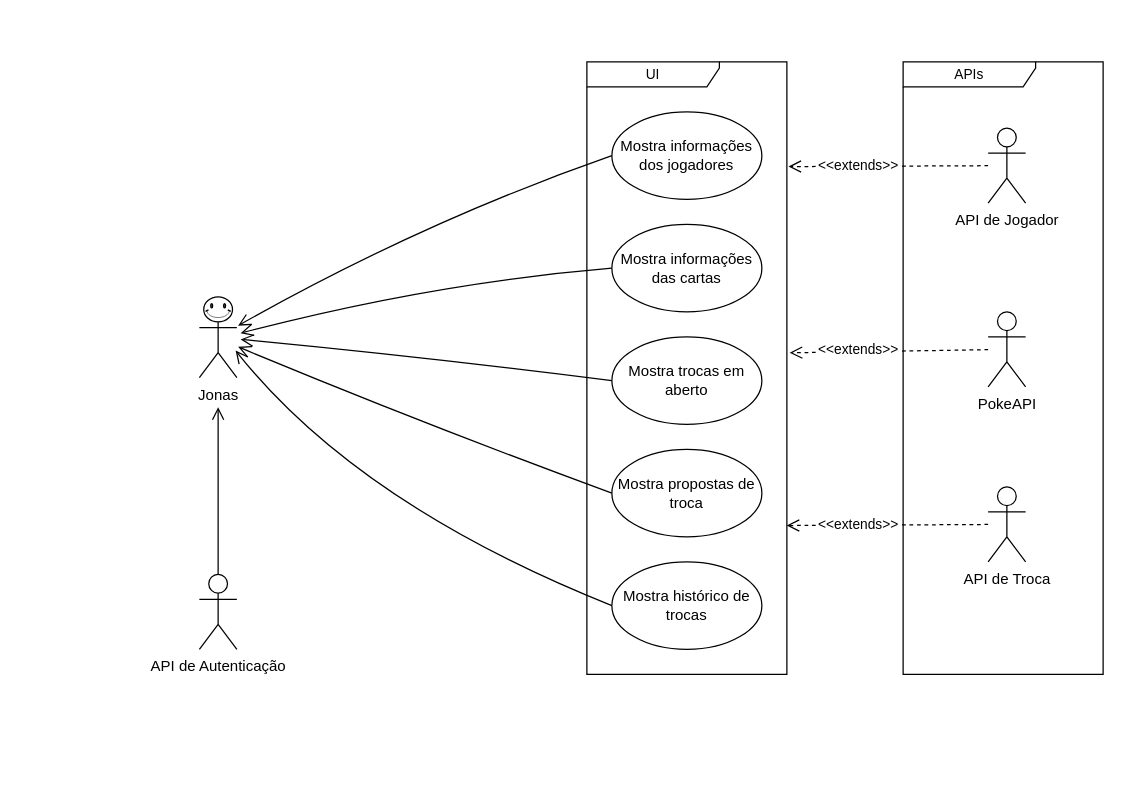
The draw.io diagram page "Diagrama de caso de uso" (1 of 2) of .docs/diagrama-painel-adm.drawio in InatelS203-2025-1/painel-admin, before the edit. Source tidied: cells renumbered, new cells numbered last; positions are measured from the earlier drawing's top-left corner, leaving out a move shared by most shapes. Both pictures are drawn from the tidied source at 125%, with x=0, y=0 at pixel (199, 61).
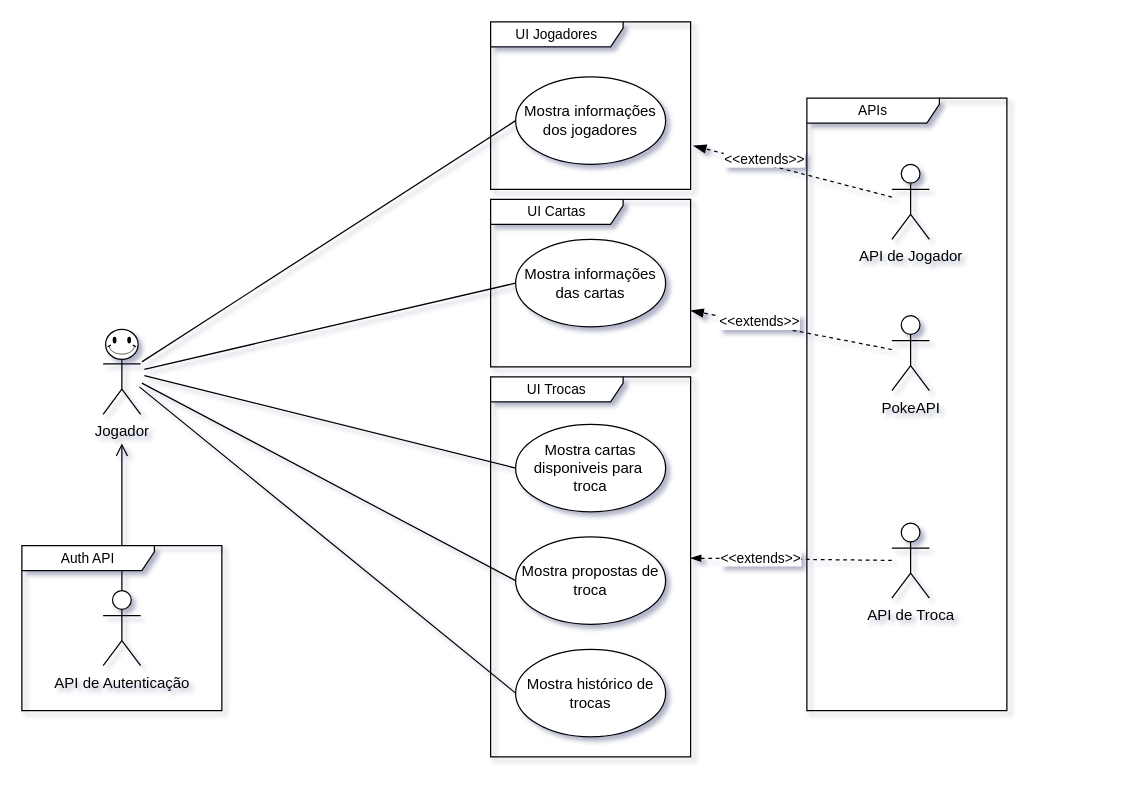
The same diagram, later.

Change to the diagram source:
```diff
@@
-<mxGraphModel>
+<mxGraphModel shadow="1">
@@
-    <mxCell id="2" style="edgeStyle=none;curved=1;rounded=0;jettySize=auto;html=1;entryX=0;entryY=0.5;entryDx=0;entryDy=0;fontSize=12;startSize=8;endSize=8;endArrow=none;startFill=0;startArrow=open;" parent="1" edge="1" target="8">
+    <mxCell id="2" style="rounded=0;jettySize=auto;html=1;entryX=0;entryY=0.5;entryDx=0;entryDy=0;fontSize=12;startSize=8;endSize=8;endArrow=none;startFill=0;startArrow=none;" parent="1" edge="1" target="8">
       <mxGeometry relative="1" as="geometry">
-        <mxPoint x="33" y="217" as="sourcePoint" />
-        <Array as="points">
-          <mxPoint x="186" y="177" />
-        </Array>
+        <mxPoint x="-44" y="246" as="sourcePoint" />
       </mxGeometry>
     </mxCell>
-    <mxCell id="3" style="edgeStyle=none;curved=1;rounded=0;jettySize=auto;html=1;entryX=0;entryY=0.5;entryDx=0;entryDy=0;fontSize=12;startSize=8;endSize=8;endArrow=none;startFill=0;startArrow=open;" parent="1" edge="1" target="9">
+    <mxCell id="3" style="rounded=0;jettySize=auto;html=1;entryX=0;entryY=0.5;entryDx=0;entryDy=0;fontSize=12;startSize=8;endSize=8;endArrow=none;startFill=0;startArrow=none;" parent="1" edge="1" target="9">
       <mxGeometry relative="1" as="geometry">
-        <mxPoint x="33" y="222" as="sourcePoint" />
-        <Array as="points">
-          <mxPoint x="180" y="236" />
-        </Array>
+        <mxPoint x="-44" y="251" as="sourcePoint" />
       </mxGeometry>
     </mxCell>
-    <mxCell id="4" style="edgeStyle=none;curved=1;rounded=0;jettySize=auto;html=1;entryX=0;entryY=0.5;entryDx=0;entryDy=0;fontSize=12;startSize=8;endSize=8;endArrow=none;startFill=0;startArrow=open;" parent="1" edge="1" target="11">
+    <mxCell id="4" style="rounded=0;jettySize=auto;html=1;entryX=0;entryY=0.5;entryDx=0;entryDy=0;fontSize=12;startSize=8;endSize=8;endArrow=none;startFill=0;startArrow=none;" parent="1" edge="1" target="11">
       <mxGeometry relative="1" as="geometry">
-        <mxPoint x="31" y="228" as="sourcePoint" />
-        <Array as="points">
-          <mxPoint x="175" y="288" />
-        </Array>
+        <mxPoint x="-46" y="257" as="sourcePoint" />
       </mxGeometry>
     </mxCell>
-    <mxCell id="5" style="edgeStyle=none;curved=1;rounded=0;jettySize=auto;html=1;entryX=0;entryY=0.5;entryDx=0;entryDy=0;fontSize=12;startSize=8;endSize=8;endArrow=none;startFill=0;startArrow=open;" parent="1" edge="1" target="12">
+    <mxCell id="5" style="rounded=0;jettySize=auto;html=1;entryX=0;entryY=0.5;entryDx=0;entryDy=0;fontSize=12;startSize=8;endSize=8;endArrow=none;startFill=0;startArrow=none;" parent="1" edge="1" target="12">
       <mxGeometry relative="1" as="geometry">
-        <mxPoint x="29" y="231" as="sourcePoint" />
-        <Array as="points">
-          <mxPoint x="127" y="354" />
-        </Array>
+        <mxPoint x="-48" y="260" as="sourcePoint" />
       </mxGeometry>
     </mxCell>
-    <mxCell id="6" value="Jonas" style="shape=umlActor;verticalLabelPosition=bottom;verticalAlign=top;html=1;labelBackgroundColor=none;" parent="1" vertex="1">
-      <mxGeometry y="192.5" width="30" height="60" as="geometry" />
+    <mxCell id="6" value="Jogador&lt;div&gt;&lt;br&gt;&lt;/div&gt;" style="shape=umlActor;verticalLabelPosition=bottom;verticalAlign=top;html=1;labelBackgroundColor=none;" parent="1" vertex="1">
+      <mxGeometry x="-77" y="221.5" width="30" height="60.5" as="geometry" />
     </mxCell>
-    <mxCell id="7" style="verticalLabelPosition=bottom;verticalAlign=top;html=1;shape=mxgraph.basic.smiley;labelBackgroundColor=none;" parent="1" vertex="1">
-      <mxGeometry x="3.5" y="188" width="23" height="20" as="geometry" />
-    </mxCell>
     <mxCell id="8" value="Mostra informações das cartas" style="ellipse;whiteSpace=wrap;html=1;" parent="1" vertex="1">
-      <mxGeometry x="330" y="130" width="120" height="70" as="geometry" />
+      <mxGeometry x="253" y="142" width="120" height="70" as="geometry" />
     </mxCell>
-    <mxCell id="9" value="Mostra trocas em aberto" style="ellipse;whiteSpace=wrap;html=1;" parent="1" vertex="1">
-      <mxGeometry x="330" y="220" width="120" height="70" as="geometry" />
+    <mxCell id="9" value="Mostra cartas disponiveis para&amp;nbsp;&lt;div&gt;troca&lt;/div&gt;" style="ellipse;whiteSpace=wrap;html=1;" parent="1" vertex="1">
+      <mxGeometry x="253" y="290" width="120" height="70" as="geometry" />
     </mxCell>
     <mxCell id="10" value="Mostra i&lt;span style=&quot;background-color: transparent; color: light-dark(rgb(0, 0, 0), rgb(255, 255, 255));&quot;&gt;nformações dos jogadores&lt;/span&gt;" style="ellipse;whiteSpace=wrap;html=1;" parent="1" vertex="1">
-      <mxGeometry x="330" y="40" width="120" height="70" as="geometry" />
+      <mxGeometry x="253" y="12" width="120" height="70" as="geometry" />
     </mxCell>
     <mxCell id="11" value="Mostra propostas de troca" style="ellipse;whiteSpace=wrap;html=1;" parent="1" vertex="1">
-      <mxGeometry x="330" y="310" width="120" height="70" as="geometry" />
+      <mxGeometry x="253" y="380" width="120" height="70" as="geometry" />
     </mxCell>
     <mxCell id="12" value="Mostra histórico de trocas" style="ellipse;whiteSpace=wrap;html=1;" parent="1" vertex="1">
-      <mxGeometry x="330" y="400" width="120" height="70" as="geometry" />
+      <mxGeometry x="253" y="470" width="120" height="70" as="geometry" />
     </mxCell>
-    <mxCell id="13" style="edgeStyle=none;shape=connector;curved=1;rounded=0;jettySize=auto;html=1;entryX=0;entryY=0.5;entryDx=0;entryDy=0;strokeColor=default;align=center;verticalAlign=middle;fontFamily=Helvetica;fontSize=12;fontColor=default;labelBackgroundColor=default;startFill=0;startSize=8;endArrow=none;endSize=8;startArrow=open;" parent="1" edge="1" target="10">
+    <mxCell id="13" style="shape=connector;rounded=0;jettySize=auto;html=1;entryX=0;entryY=0.5;entryDx=0;entryDy=0;strokeColor=default;align=center;verticalAlign=middle;fontFamily=Helvetica;fontSize=12;fontColor=default;labelBackgroundColor=default;startFill=0;startSize=8;endArrow=none;endSize=8;startArrow=none;" parent="1" edge="1" target="10">
       <mxGeometry relative="1" as="geometry">
-        <mxPoint x="31" y="211" as="sourcePoint" />
-        <Array as="points">
-          <mxPoint x="178" y="128" />
-        </Array>
+        <mxPoint x="-46" y="240" as="sourcePoint" />
       </mxGeometry>
     </mxCell>
-    <mxCell id="14" value="UI" style="shape=umlFrame;whiteSpace=wrap;html=1;fontFamily=Helvetica;fontSize=11;fontColor=default;labelBackgroundColor=default;width=106;height=20;" parent="1" vertex="1">
-      <mxGeometry x="310" width="160" height="490" as="geometry" />
+    <mxCell id="14" value="UI Jogadores" style="shape=umlFrame;whiteSpace=wrap;html=1;fontFamily=Helvetica;fontSize=11;fontColor=default;labelBackgroundColor=default;width=106;height=20;" parent="1" vertex="1">
+      <mxGeometry x="233" y="-32" width="160" height="134" as="geometry" />
     </mxCell>
     <mxCell id="15" value="APIs" style="shape=umlFrame;whiteSpace=wrap;html=1;fontFamily=Helvetica;fontSize=11;fontColor=default;labelBackgroundColor=default;width=106;height=20;" parent="1" vertex="1">
-      <mxGeometry x="563" width="160" height="490" as="geometry" />
+      <mxGeometry x="486" y="29" width="160" height="490" as="geometry" />
     </mxCell>
     <mxCell id="16" value="API de Jogador" style="shape=umlActor;verticalLabelPosition=bottom;verticalAlign=top;html=1;outlineConnect=0;" parent="1" vertex="1">
-      <mxGeometry x="631" y="53" width="30" height="60" as="geometry" />
+      <mxGeometry x="554" y="82" width="30" height="60" as="geometry" />
     </mxCell>
     <mxCell id="17" value="PokeAPI" style="shape=umlActor;verticalLabelPosition=bottom;verticalAlign=top;html=1;outlineConnect=0;" parent="1" vertex="1">
-      <mxGeometry x="631" y="200" width="30" height="60" as="geometry" />
+      <mxGeometry x="554" y="203" width="30" height="60" as="geometry" />
     </mxCell>
     <mxCell id="18" value="API de Troca" style="shape=umlActor;verticalLabelPosition=bottom;verticalAlign=top;html=1;outlineConnect=0;" parent="1" vertex="1">
-      <mxGeometry x="631" y="340" width="30" height="60" as="geometry" />
+      <mxGeometry x="554" y="369" width="30" height="60" as="geometry" />
     </mxCell>
-    <mxCell id="19" style="edgeStyle=none;curved=1;rounded=0;jettySize=auto;html=1;entryX=1.008;entryY=0.171;entryDx=0;entryDy=0;entryPerimeter=0;fontSize=12;startSize=8;endSize=8;endArrow=open;endFill=0;dashed=1;" parent="1" edge="1" source="16" target="14">
+    <mxCell id="19" style="edgeStyle=none;curved=1;rounded=0;jettySize=auto;html=1;entryX=1.013;entryY=0.739;entryDx=0;entryDy=0;entryPerimeter=0;fontSize=12;startSize=8;endSize=8;endArrow=blockThin;endFill=1;dashed=1;" parent="1" edge="1" source="16" target="14">
       <mxGeometry relative="1" as="geometry" />
     </mxCell>
@@
-    <mxCell id="21" style="edgeStyle=none;curved=1;rounded=0;jettySize=auto;html=1;entryX=0.999;entryY=0.757;entryDx=0;entryDy=0;entryPerimeter=0;fontSize=12;startSize=8;endSize=8;endArrow=open;endFill=0;dashed=1;" parent="1" edge="1" source="18" target="14">
+    <mxCell id="21" style="edgeStyle=none;curved=1;rounded=0;jettySize=auto;html=1;entryX=1;entryY=0.477;entryDx=0;entryDy=0;entryPerimeter=0;fontSize=12;endArrow=blockThin;endFill=1;dashed=1;" parent="1" edge="1" source="18" target="27">
       <mxGeometry relative="1" as="geometry" />
     </mxCell>
@@
-    <mxCell id="23" style="edgeStyle=none;curved=1;rounded=0;jettySize=auto;html=1;entryX=1.014;entryY=0.475;entryDx=0;entryDy=0;entryPerimeter=0;fontSize=12;startSize=8;endSize=8;endArrow=open;endFill=0;dashed=1;" parent="1" edge="1" source="17" target="14">
+    <mxCell id="23" style="edgeStyle=none;curved=1;rounded=0;jettySize=auto;html=1;entryX=1;entryY=0.664;entryDx=0;entryDy=0;entryPerimeter=0;fontSize=12;startSize=8;endSize=8;endArrow=blockThin;endFill=1;dashed=1;" parent="1" edge="1" source="17" target="28">
       <mxGeometry relative="1" as="geometry" />
     </mxCell>
@@
     <mxCell id="25" style="edgeStyle=none;curved=1;rounded=0;jettySize=auto;html=1;fontSize=12;startSize=8;endSize=8;endArrow=open;endFill=0;" parent="1" edge="1" source="26">
       <mxGeometry relative="1" as="geometry">
-        <mxPoint x="15" y="276.2" as="targetPoint" />
+        <mxPoint x="-62" y="305.2" as="targetPoint" />
       </mxGeometry>
     </mxCell>
     <mxCell id="26" value="API de Autenticação" style="shape=umlActor;verticalLabelPosition=bottom;verticalAlign=top;html=1;outlineConnect=0;" parent="1" vertex="1">
-      <mxGeometry y="410" width="30" height="60" as="geometry" />
+      <mxGeometry x="-77" y="423" width="30" height="60" as="geometry" />
     </mxCell>
+    <mxCell id="27" value="UI Trocas" style="shape=umlFrame;whiteSpace=wrap;html=1;fontFamily=Helvetica;fontSize=11;fontColor=default;labelBackgroundColor=default;width=106;height=20;" parent="1" vertex="1">
+      <mxGeometry x="233" y="252" width="160" height="304" as="geometry" />
+    </mxCell>
+    <mxCell id="28" value="UI Cartas" style="shape=umlFrame;whiteSpace=wrap;html=1;fontFamily=Helvetica;fontSize=11;fontColor=default;labelBackgroundColor=default;width=106;height=20;" parent="1" vertex="1">
+      <mxGeometry x="233" y="110" width="160" height="134" as="geometry" />
+    </mxCell>
+    <mxCell id="29" style="verticalLabelPosition=bottom;verticalAlign=top;html=1;shape=mxgraph.basic.smiley;" parent="1" vertex="1">
+      <mxGeometry x="-75" y="214" width="26" height="24" as="geometry" />
+    </mxCell>
+    <mxCell id="30" value="Auth API" style="shape=umlFrame;whiteSpace=wrap;html=1;fontFamily=Helvetica;fontSize=11;fontColor=default;labelBackgroundColor=default;width=106;height=20;" parent="1" vertex="1">
+      <mxGeometry x="-142" y="387" width="160" height="132" as="geometry" />
+    </mxCell>
```
